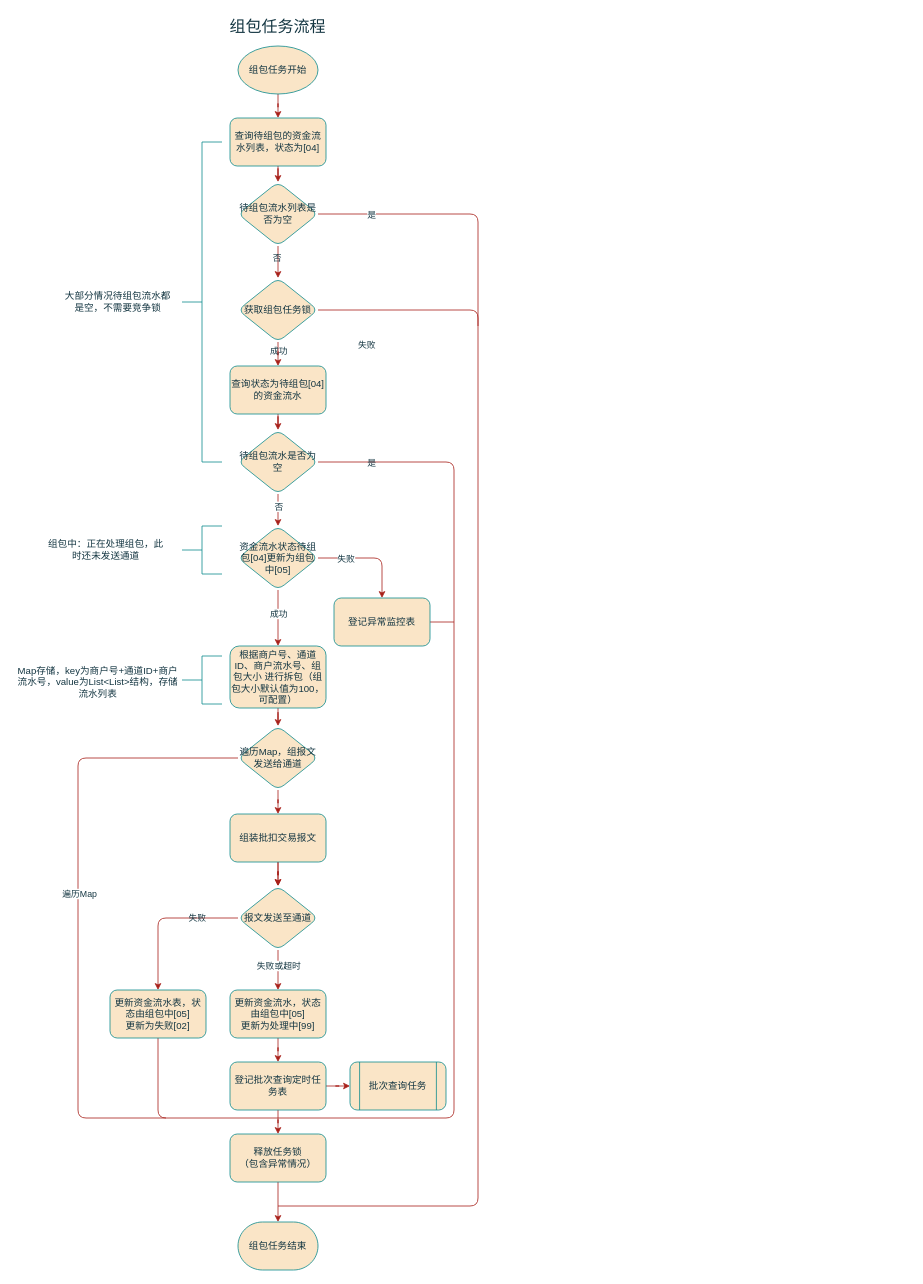
Before: page "批扣组包任务流程" (2 of 8) of 代收服务.drawio in gaofv/draw, a draw.io diagram. Source tidied: cells renumbered, new cells numbered last; positions are measured from the earlier drawing's top-left corner, leaving out a move shared by most shapes. Both pictures are drawn from the tidied source at 80%, with x=0, y=0 at pixel (14, 14).
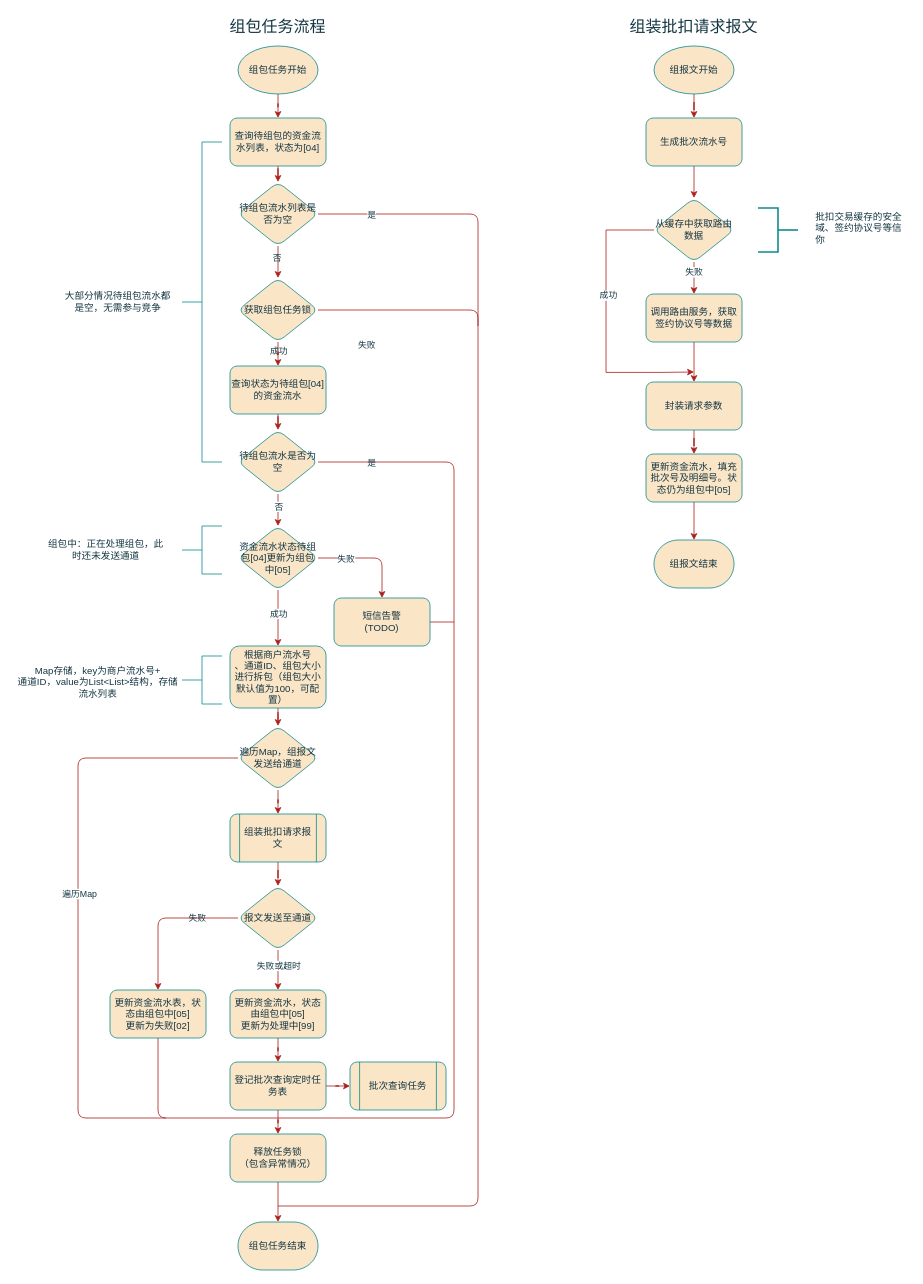
Above is the later version.

The change refers to these unchanged cells:
```xml
<mxCell id="36" value="报文发送至通道" style="rhombus;whiteSpace=wrap;html=1;strokeWidth=1;labelBackgroundColor=none;rounded=1;labelBorderColor=none;fillColor=#FAE5C7;strokeColor=#0F8B8D;fontColor=#143642;" parent="1" vertex="1">
  <mxGeometry x="280" y="1090" width="100" height="80" as="geometry" />
</mxCell>
<mxCell id="61" value="遍历Map，组报文发送给通道" style="rhombus;whiteSpace=wrap;html=1;strokeWidth=1;labelBackgroundColor=none;rounded=1;labelBorderColor=none;fillColor=#FAE5C7;strokeColor=#0F8B8D;fontColor=#143642;" parent="1" vertex="1">
  <mxGeometry x="280" y="890" width="100" height="80" as="geometry" />
</mxCell>
```

What changed in the source:
```diff
@@
-    <mxCell id="24" value="根据商户号、通道ID、商户流水号、组包大小 进行拆包（组包大小默认值为100，可配置）" style="whiteSpace=wrap;html=1;strokeWidth=1;labelBackgroundColor=none;rounded=1;labelBorderColor=none;fillColor=#FAE5C7;strokeColor=#0F8B8D;fontColor=#143642;" parent="1" vertex="1">
+    <mxCell id="24" value="根据商户流水号&lt;br&gt;、通道ID、组包大小 进行拆包（组包大小默认值为100，可配置）" style="whiteSpace=wrap;html=1;strokeWidth=1;labelBackgroundColor=none;rounded=1;labelBorderColor=none;fillColor=#FAE5C7;strokeColor=#0F8B8D;fontColor=#143642;" parent="1" vertex="1">
       <mxGeometry x="270" y="790" width="120" height="77.5" as="geometry" />
     </mxCell>
@@
-    <mxCell id="26" value="Map存储，key为商户号+通道ID+商户流水号，value为List&amp;lt;List&amp;gt;结构，存储流水列表" style="text;html=1;strokeColor=none;fillColor=none;align=center;verticalAlign=middle;whiteSpace=wrap;rounded=1;fontSize=12;labelBackgroundColor=none;labelBorderColor=none;fontColor=#143642;" parent="1" vertex="1">
+    <mxCell id="26" value="Map存储，key为商户流水号+&lt;br&gt;通道ID，value为List&amp;lt;List&amp;gt;结构，存储流水列表" style="text;html=1;strokeColor=none;fillColor=none;align=center;verticalAlign=middle;whiteSpace=wrap;rounded=1;fontSize=12;labelBackgroundColor=none;labelBorderColor=none;fontColor=#143642;" parent="1" vertex="1">
       <mxGeometry y="780" width="210" height="110" as="geometry" />
     </mxCell>
-    <mxCell id="27" style="edgeStyle=orthogonalEdgeStyle;rounded=1;jettySize=auto;html=1;labelBackgroundColor=none;fontColor=default;labelBorderColor=none;strokeColor=#A8201A;" parent="1" edge="1" source="29" target="36">
-      <mxGeometry relative="1" as="geometry" />
-    </mxCell>
-    <mxCell id="28" style="edgeStyle=orthogonalEdgeStyle;rounded=1;jettySize=auto;html=1;strokeColor=#A8201A;fontColor=#143642;fillColor=#FAE5C7;" parent="1" edge="1" source="29" target="36">
-      <mxGeometry relative="1" as="geometry" />
-    </mxCell>
-    <mxCell id="29" value="组装批扣交易报文" style="whiteSpace=wrap;html=1;strokeWidth=1;labelBackgroundColor=none;rounded=1;labelBorderColor=none;fillColor=#FAE5C7;strokeColor=#0F8B8D;fontColor=#143642;" parent="1" vertex="1">
-      <mxGeometry x="270" y="1000" width="120" height="60" as="geometry" />
-    </mxCell>
@@
-    <mxCell id="31" value="大部分情况待组包流水都是空，不需要竞争锁" style="text;html=1;strokeColor=none;fillColor=none;align=center;verticalAlign=middle;whiteSpace=wrap;rounded=1;fontSize=12;labelBackgroundColor=none;labelBorderColor=none;fontColor=#143642;" parent="1" vertex="1">
+    <mxCell id="31" value="大部分情况待组包流水都是空，无需参与竞争" style="text;html=1;strokeColor=none;fillColor=none;align=center;verticalAlign=middle;whiteSpace=wrap;rounded=1;fontSize=12;labelBackgroundColor=none;labelBorderColor=none;fontColor=#143642;" parent="1" vertex="1">
       <mxGeometry x="60" y="325" width="140" height="70" as="geometry" />
     </mxCell>
@@
-    <mxCell id="57" value="登记异常监控表" style="whiteSpace=wrap;html=1;fillColor=#FAE5C7;strokeColor=#0F8B8D;fontColor=#143642;strokeWidth=1;labelBackgroundColor=none;rounded=1;labelBorderColor=none;" parent="1" vertex="1">
+    <mxCell id="57" value="短信告警&lt;br&gt;(TODO)" style="whiteSpace=wrap;html=1;fillColor=#FAE5C7;strokeColor=#0F8B8D;fontColor=#143642;strokeWidth=1;labelBackgroundColor=none;rounded=1;labelBorderColor=none;" parent="1" vertex="1">
       <mxGeometry x="400" y="730" width="120" height="60" as="geometry" />
     </mxCell>
-    <mxCell id="58" style="edgeStyle=orthogonalEdgeStyle;rounded=1;jettySize=auto;html=1;strokeColor=#A8201A;fontColor=#143642;fillColor=#FAE5C7;" parent="1" edge="1" source="61" target="29">
+    <mxCell id="58" style="edgeStyle=orthogonalEdgeStyle;rounded=1;jettySize=auto;html=1;strokeColor=#A8201A;fontColor=#143642;fillColor=#FAE5C7;entryX=0.5;entryY=0;entryDx=0;entryDy=0;" parent="1" edge="1" source="61" target="63">
       <mxGeometry relative="1" as="geometry" />
     </mxCell>
@@
+    <mxCell id="62" style="edgeStyle=orthogonalEdgeStyle;rounded=0;jettySize=auto;html=1;strokeColor=#A8201A;fontColor=#143642;fillColor=#FAE5C7;" parent="1" edge="1" source="63" target="36">
+      <mxGeometry relative="1" as="geometry" />
+    </mxCell>
+    <mxCell id="63" value="组装批扣请求报文" style="shape=process;whiteSpace=wrap;html=1;backgroundOutline=1;strokeWidth=1;labelBackgroundColor=none;rounded=1;labelBorderColor=none;fillColor=#FAE5C7;strokeColor=#0F8B8D;fontColor=#143642;" parent="1" vertex="1">
+      <mxGeometry x="270" y="1000" width="120" height="60" as="geometry" />
+    </mxCell>
+    <mxCell id="64" style="edgeStyle=orthogonalEdgeStyle;rounded=0;jettySize=auto;html=1;strokeColor=#A8201A;fontColor=#143642;fillColor=#FAE5C7;" parent="1" edge="1" source="65" target="68">
+      <mxGeometry relative="1" as="geometry" />
+    </mxCell>
+    <mxCell id="65" value="组报文开始" style="strokeWidth=1;html=1;shape=mxgraph.flowchart.start_1;whiteSpace=wrap;labelBackgroundColor=none;rounded=1;labelBorderColor=none;fillColor=#FAE5C7;strokeColor=#0F8B8D;fontColor=#143642;" parent="1" vertex="1">
+      <mxGeometry x="800" y="40" width="100" height="60" as="geometry" />
+    </mxCell>
+    <mxCell id="66" value="组装批扣请求报文" style="text;html=1;strokeColor=none;fillColor=none;align=center;verticalAlign=middle;whiteSpace=wrap;rounded=1;fontSize=20;labelBackgroundColor=none;labelBorderColor=none;fontColor=#143642;" parent="1" vertex="1">
+      <mxGeometry x="760" width="180" height="30" as="geometry" />
+    </mxCell>
+    <mxCell id="67" style="edgeStyle=orthogonalEdgeStyle;rounded=0;jettySize=auto;html=1;strokeColor=#A8201A;fontColor=#143642;fillColor=#FAE5C7;entryX=0.5;entryY=0;entryDx=0;entryDy=0;" parent="1" edge="1" source="68" target="73">
+      <mxGeometry relative="1" as="geometry" />
+    </mxCell>
+    <mxCell id="68" value="生成批次流水号" style="whiteSpace=wrap;html=1;fillColor=#FAE5C7;strokeColor=#0F8B8D;fontColor=#143642;strokeWidth=1;labelBackgroundColor=none;rounded=1;labelBorderColor=none;" parent="1" vertex="1">
+      <mxGeometry x="790" y="130" width="120" height="60" as="geometry" />
+    </mxCell>
+    <mxCell id="69" style="edgeStyle=orthogonalEdgeStyle;rounded=0;jettySize=auto;html=1;strokeColor=#A8201A;fontColor=#143642;fillColor=#FAE5C7;" parent="1" edge="1" source="73" target="75">
+      <mxGeometry relative="1" as="geometry" />
+    </mxCell>
+    <mxCell id="70" value="失败" style="edgeLabel;html=1;align=center;verticalAlign=middle;fontColor=#143642;" parent="69" vertex="1">
+      <mxGeometry x="-0.4" y="-1" relative="1" as="geometry" />
+    </mxCell>
+    <mxCell id="71" style="edgeStyle=orthogonalEdgeStyle;rounded=0;jettySize=auto;html=1;strokeColor=#A8201A;fontColor=#143642;fillColor=#FAE5C7;exitX=0;exitY=0.5;exitDx=0;exitDy=0;" parent="1" edge="1" source="73">
+      <mxGeometry relative="1" as="geometry">
+        <mxPoint x="850" y="447.5" as="targetPoint" />
+        <Array as="points">
+          <mxPoint x="740" y="270" />
+          <mxPoint x="740" y="448" />
+          <mxPoint x="810" y="448" />
+        </Array>
+      </mxGeometry>
+    </mxCell>
+    <mxCell id="72" value="成功" style="edgeLabel;html=1;align=center;verticalAlign=middle;fontColor=#143642;" parent="71" vertex="1">
+      <mxGeometry x="-0.19" y="2" relative="1" as="geometry" />
+    </mxCell>
+    <mxCell id="73" value="从缓存中获取路由数据" style="rhombus;whiteSpace=wrap;html=1;strokeWidth=1;labelBackgroundColor=none;rounded=1;labelBorderColor=none;fillColor=#FAE5C7;strokeColor=#0F8B8D;fontColor=#143642;" parent="1" vertex="1">
+      <mxGeometry x="800" y="230" width="100" height="80" as="geometry" />
+    </mxCell>
+    <mxCell id="74" style="edgeStyle=orthogonalEdgeStyle;rounded=0;jettySize=auto;html=1;strokeColor=#A8201A;fontColor=#143642;fillColor=#FAE5C7;" parent="1" edge="1" source="75" target="81">
+      <mxGeometry relative="1" as="geometry" />
+    </mxCell>
+    <mxCell id="75" value="调用路由服务，获取签约协议号等数据" style="whiteSpace=wrap;html=1;fillColor=#FAE5C7;strokeColor=#0F8B8D;fontColor=#143642;strokeWidth=1;labelBackgroundColor=none;rounded=1;labelBorderColor=none;" parent="1" vertex="1">
+      <mxGeometry x="790" y="350" width="120" height="60" as="geometry" />
+    </mxCell>
+    <mxCell id="76" style="strokeWidth=2;html=1;shape=mxgraph.flowchart.annotation_2;align=left;labelPosition=right;strokeColor=#0F8B8D;fontColor=#143642;fillColor=#FAE5C7;direction=west;labelBackgroundColor=none;" parent="1" vertex="1">
+      <mxGeometry x="930" y="242.5" width="50" height="55" as="geometry" />
+    </mxCell>
+    <mxCell id="77" value="批扣交易缓存的安全域、签约协议号等信你" style="text;html=1;strokeColor=none;fillColor=none;align=left;verticalAlign=middle;whiteSpace=wrap;rounded=0;fontColor=#143642;labelBackgroundColor=none;" parent="1" vertex="1">
+      <mxGeometry x="1000" y="256.5" width="120" height="22" as="geometry" />
+    </mxCell>
+    <mxCell id="78" style="edgeStyle=orthogonalEdgeStyle;rounded=0;jettySize=auto;html=1;strokeColor=#A8201A;fontColor=#143642;fillColor=#FAE5C7;" parent="1" edge="1" source="79" target="82">
+      <mxGeometry relative="1" as="geometry" />
+    </mxCell>
+    <mxCell id="79" value="更新资金流水，填充批次号及明细号。状态仍为组包中[05]" style="whiteSpace=wrap;html=1;fillColor=#FAE5C7;strokeColor=#0F8B8D;fontColor=#143642;strokeWidth=1;labelBackgroundColor=none;rounded=1;labelBorderColor=none;" parent="1" vertex="1">
+      <mxGeometry x="790" y="550" width="120" height="60" as="geometry" />
+    </mxCell>
+    <mxCell id="80" style="edgeStyle=orthogonalEdgeStyle;rounded=0;jettySize=auto;html=1;strokeColor=#A8201A;fontColor=#143642;fillColor=#FAE5C7;" parent="1" edge="1" source="81" target="79">
+      <mxGeometry relative="1" as="geometry" />
+    </mxCell>
+    <mxCell id="81" value="封装请求参数" style="whiteSpace=wrap;html=1;fillColor=#FAE5C7;strokeColor=#0F8B8D;fontColor=#143642;strokeWidth=1;labelBackgroundColor=none;rounded=1;labelBorderColor=none;" parent="1" vertex="1">
+      <mxGeometry x="790" y="460" width="120" height="60" as="geometry" />
+    </mxCell>
+    <mxCell id="82" value="组报文结束" style="strokeWidth=1;html=1;shape=mxgraph.flowchart.terminator;whiteSpace=wrap;labelBackgroundColor=none;rounded=1;labelBorderColor=none;fillColor=#FAE5C7;strokeColor=#0F8B8D;fontColor=#143642;" parent="1" vertex="1">
+      <mxGeometry x="800" y="657.5" width="100" height="60" as="geometry" />
+    </mxCell>
```
